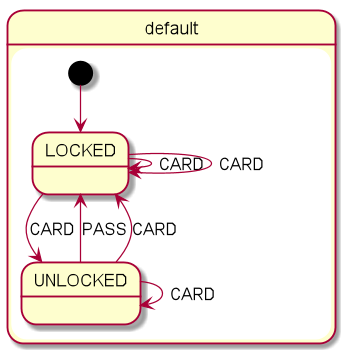
Before: secure_turnstile.png, a diagram exported from PlantUML (open-jumpco/kfsm). Source of this version:
```plantuml
@startuml
state default {
  [*] --> LOCKED
  LOCKED --> LOCKED : CARD
  UNLOCKED --> UNLOCKED : CARD
  UNLOCKED --> LOCKED : PASS
  LOCKED --> LOCKED : CARD
  LOCKED --> UNLOCKED : CARD
  UNLOCKED --> LOCKED : CARD
}
@enduml
```
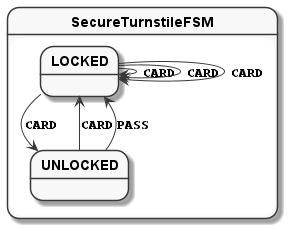
After the change.

The edit, as a diff of the source:
```diff
@@ -1,11 +1,18 @@
 @startuml
-state default {
-  [*] --> LOCKED
-  LOCKED --> LOCKED : CARD
-  UNLOCKED --> UNLOCKED : CARD
-  UNLOCKED --> LOCKED : PASS
-  LOCKED --> LOCKED : CARD
-  LOCKED --> UNLOCKED : CARD
-  UNLOCKED --> LOCKED : CARD
+skinparam monochrome true
+skinparam StateFontName Helvetica
+skinparam defaultFontName Monospaced
+skinparam defaultFontStyle Bold
+skinparam state {
+    FontColor Black
+    FontStyle Bold
+}
+state SecureTurnstileFSM {
+LOCKED --> LOCKED : CARD
+LOCKED --> LOCKED : CARD
+LOCKED --> UNLOCKED : CARD
+LOCKED --> LOCKED : CARD
+UNLOCKED --> LOCKED : CARD
+UNLOCKED --> LOCKED : PASS
 }
 @enduml
```
